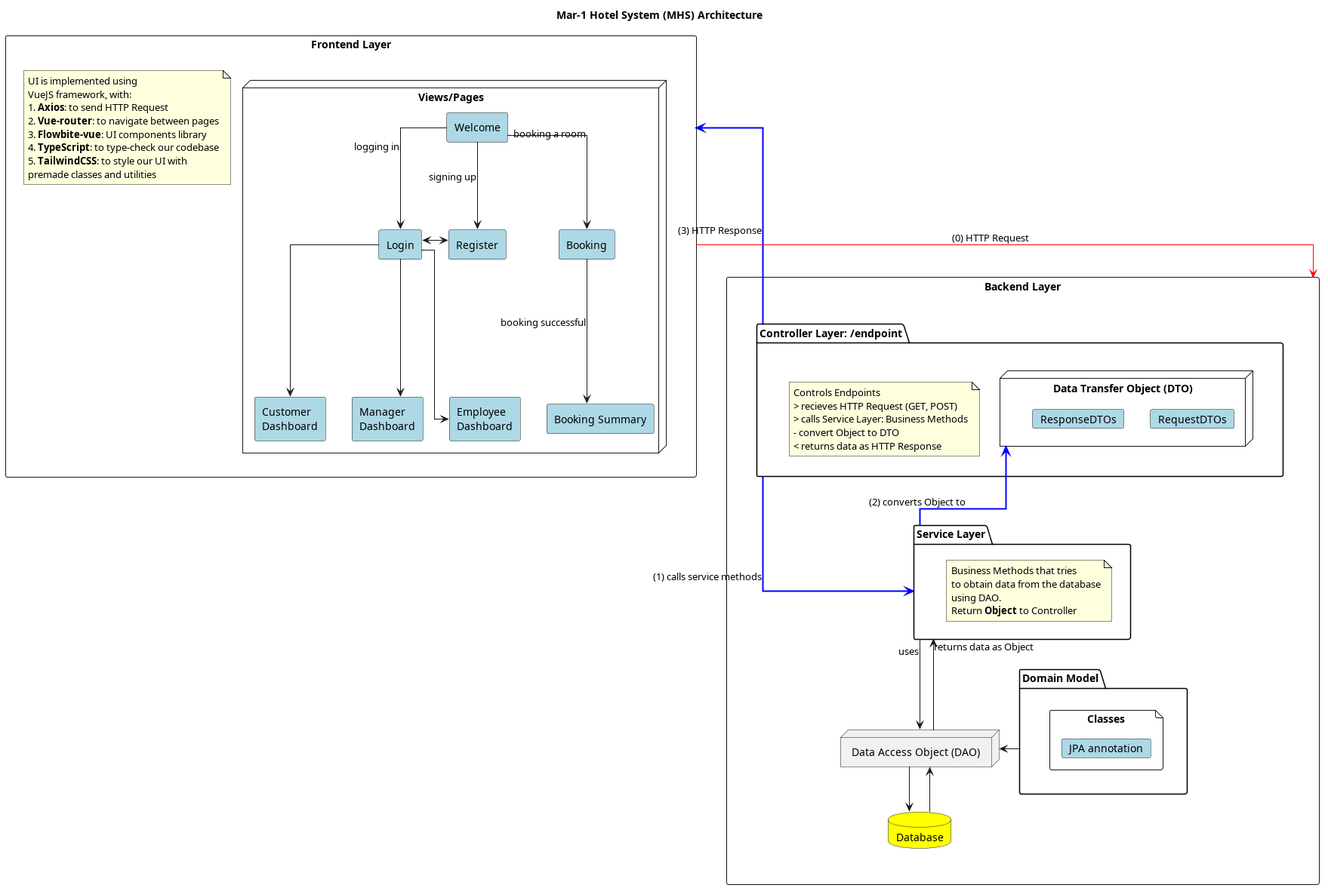
This is documentation/UMLDiagrams/BackendArchitecture.png from notkaramel/ECSE321-Mar1HotelSystem, a PlantUML export, as it was before one commit.
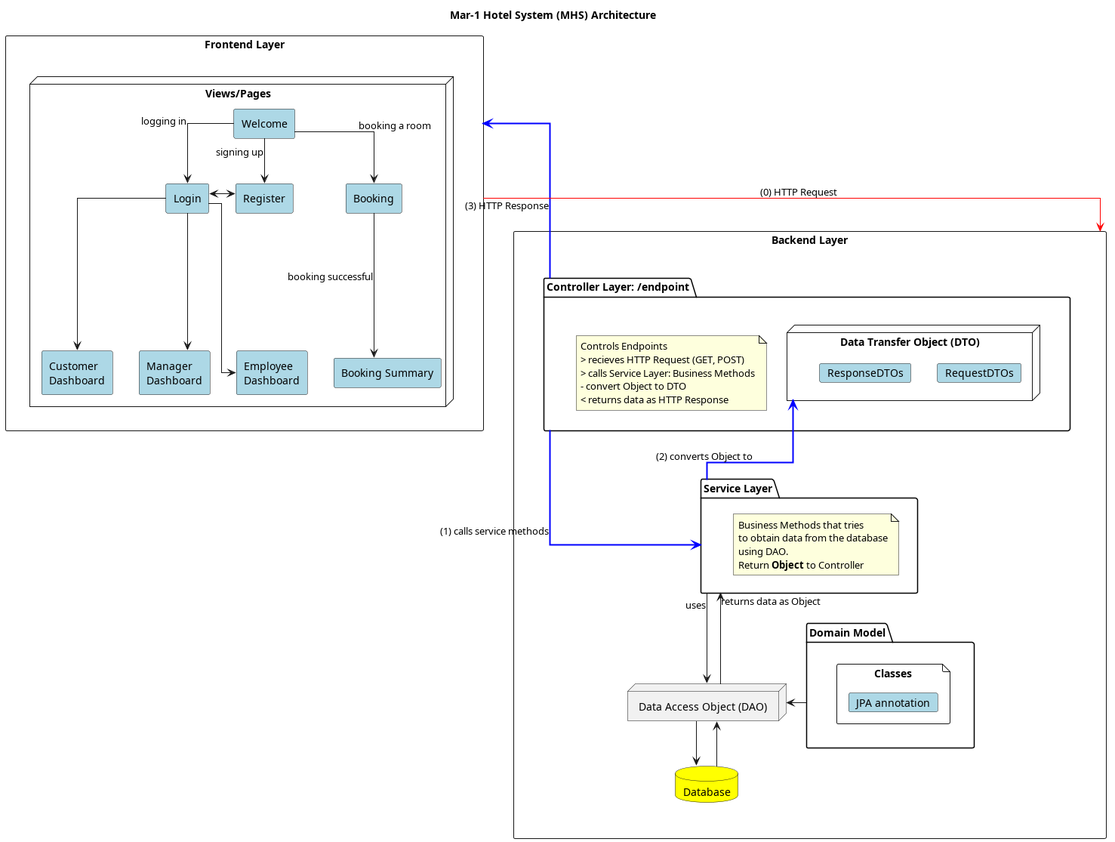
The same diagram one commit later.

Commit message:
Simplify Architecture Diagram

The edit, as a diff of the source:
```diff
@@ -2,17 +2,6 @@
 title "Mar-1 Hotel System (MHS) Architecture"
 
 rectangle Frontend as "Frontend Layer" {
-    note as UN
-    UI is implemented using
-    VueJS framework, with:
-    # <b>Axios</b>: to send HTTP Request
-    # <b>Vue-router</b>: to navigate between pages
-    # <b>Flowbite-vue</b>: UI components library
-    # <b>TypeScript</b>: to type-check our codebase
-    # <b>TailwindCSS</b>: to style our UI with
-    premade classes and utilities
-    end note
-
     node Pages as "Views/Pages" {
         rectangle "Welcome" as wc #LightBlue
         rectangle "Login" as l #LightBlue
```
